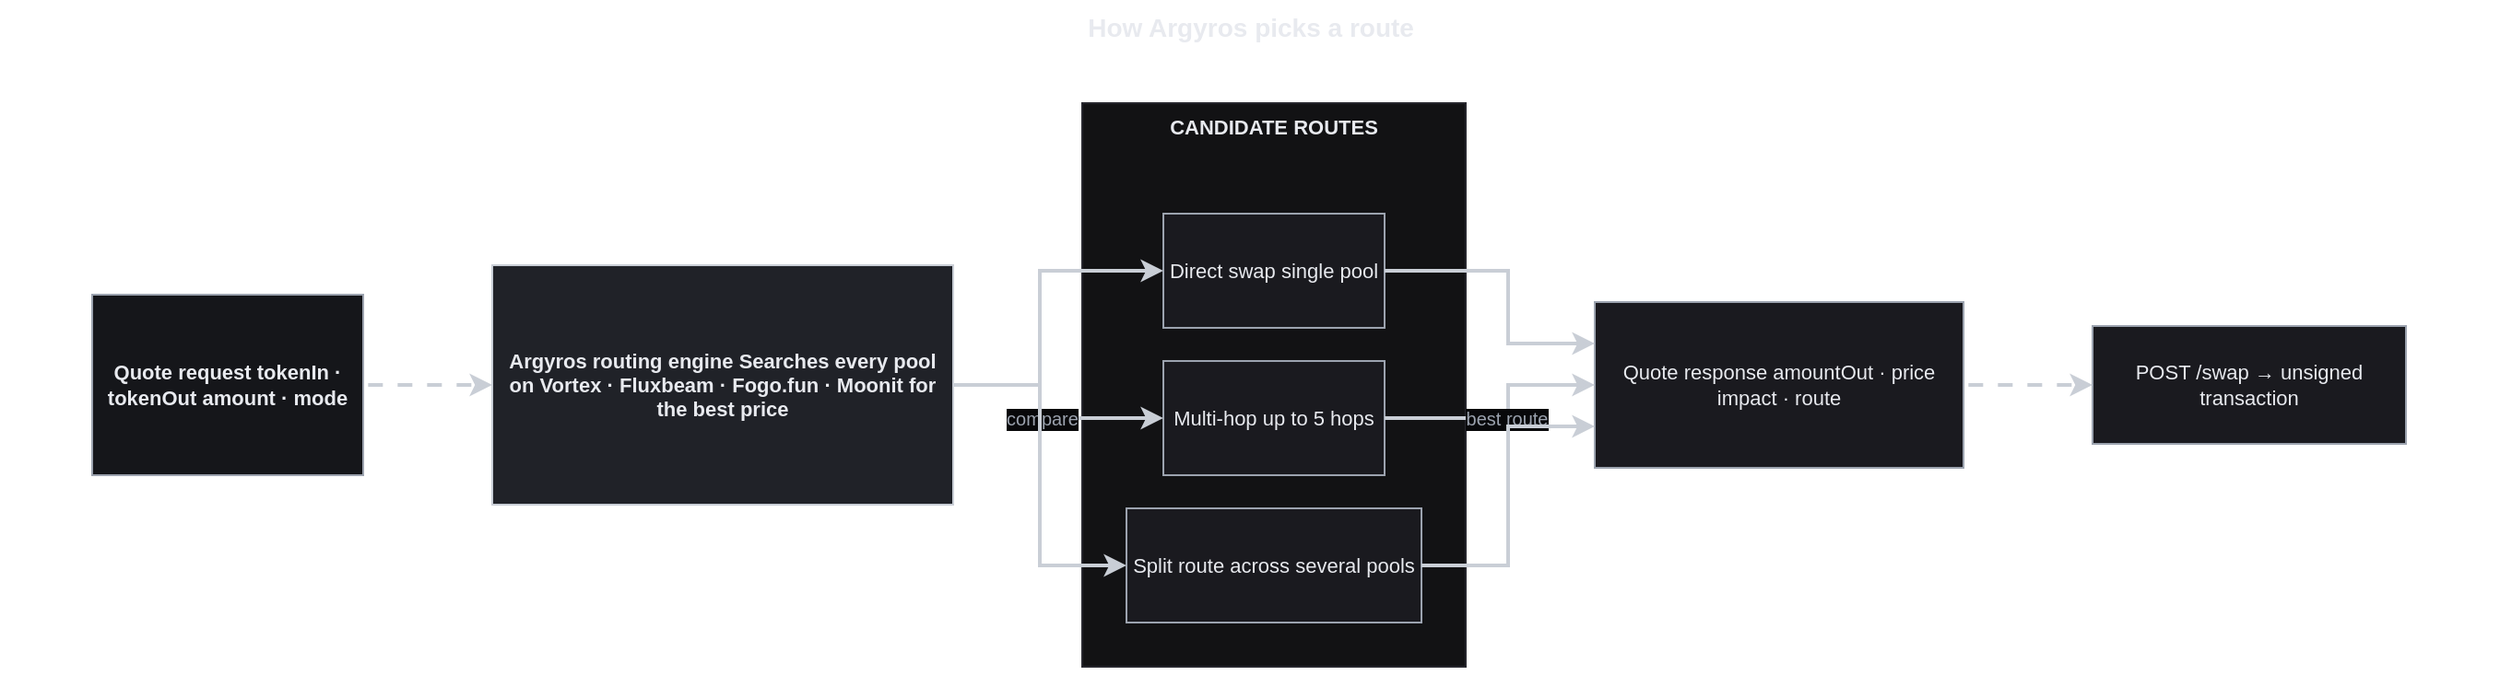
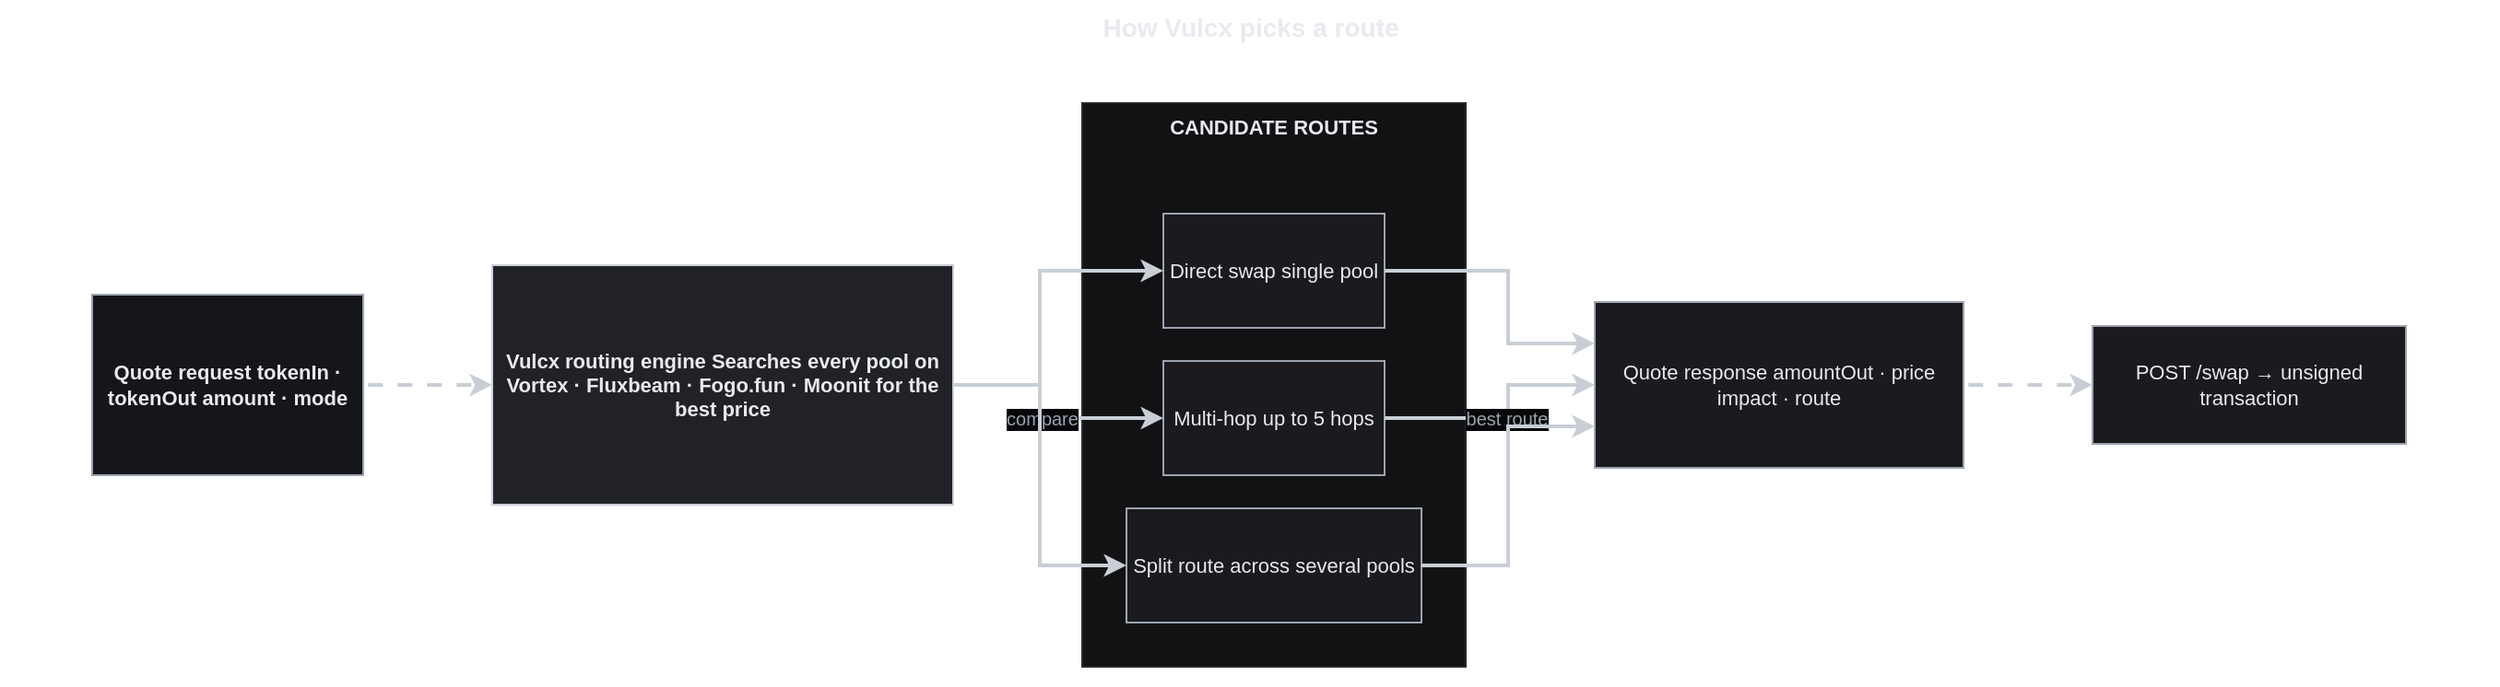
- <mxfile host="app.diagrams.net"><diagram name="Argyros routing" id="d"><mxGraphModel dx="1400" dy="900" grid="0" gridSize="10" guides="1" tooltips="1" connect="1" arrows="1" fold="1" page="1" pageScale="1" pageWidth="1355" pageHeight="446" math="0" shadow="0"><root><mxCell id="0"/><mxCell id="1" parent="0"/><mxCell id="root" value="" style="rounded=0;whiteSpace=wrap;html=1;fillColor=none;strokeColor=none;fontColor=#e8eaef;fontSize=11;fontStyle=1;verticalAlign=top;" vertex="1" parent="1"><mxGeometry x="40" y="70" width="1275" height="326" as="geometry"/></mxCell><mxCell id="req" value="Quote request
+ <mxfile host="app.diagrams.net"><diagram name="Vulcx routing" id="d"><mxGraphModel dx="1400" dy="900" grid="0" gridSize="10" guides="1" tooltips="1" connect="1" arrows="1" fold="1" page="1" pageScale="1" pageWidth="1355" pageHeight="446" math="0" shadow="0"><root><mxCell id="0"/><mxCell id="1" parent="0"/><mxCell id="root" value="" style="rounded=0;whiteSpace=wrap;html=1;fillColor=none;strokeColor=none;fontColor=#e8eaef;fontSize=11;fontStyle=1;verticalAlign=top;" vertex="1" parent="1"><mxGeometry x="40" y="70" width="1275" height="326" as="geometry"/></mxCell><mxCell id="req" value="Quote request

tokenIn · tokenOut
- amount · mode" style="rounded=0;whiteSpace=wrap;html=1;fillColor=#15161a;strokeColor=#9ca3af;fontColor=#e8eaef;fontSize=11;fontStyle=1;verticalAlign=middle;" vertex="1" parent="root"><mxGeometry x="10" y="114" width="147" height="98" as="geometry"/></mxCell><mxCell id="engine" value="Argyros routing engine
+ amount · mode" style="rounded=0;whiteSpace=wrap;html=1;fillColor=#15161a;strokeColor=#9ca3af;fontColor=#e8eaef;fontSize=11;fontStyle=1;verticalAlign=middle;" vertex="1" parent="root"><mxGeometry x="10" y="114" width="147" height="98" as="geometry"/></mxCell><mxCell id="engine" value="Vulcx routing engine

Searches every pool on
Vortex · Fluxbeam · Fogo.fun · Moonit
for the best price" style="rounded=0;whiteSpace=wrap;html=1;fillColor=#202228;strokeColor=#c9ced6;fontColor=#e8eaef;fontSize=11;fontStyle=1;verticalAlign=middle;" vertex="1" parent="root"><mxGeometry x="227" y="98" width="250" height="130" as="geometry"/></mxCell><mxCell id="routes" value="CANDIDATE ROUTES" style="rounded=0;whiteSpace=wrap;html=1;fillColor=#121214;strokeColor=#26262d;fontColor=#e8eaef;fontSize=11;fontStyle=1;verticalAlign=top;" vertex="1" parent="root"><mxGeometry x="547" y="10" width="208" height="306" as="geometry"/></mxCell><mxCell id="r_direct" value="Direct swap
single pool" style="rounded=0;whiteSpace=wrap;html=1;fillColor=#1a1a1f;strokeColor=#9ca3af;fontColor=#e8eaef;fontSize=11;fontStyle=0;verticalAlign=middle;" vertex="1" parent="routes"><mxGeometry x="44" y="60" width="120" height="62" as="geometry"/></mxCell><mxCell id="r_multi" value="Multi-hop
up to 5 hops" style="rounded=0;whiteSpace=wrap;html=1;fillColor=#1a1a1f;strokeColor=#9ca3af;fontColor=#e8eaef;fontSize=11;fontStyle=0;verticalAlign=middle;" vertex="1" parent="routes"><mxGeometry x="44" y="140" width="120" height="62" as="geometry"/></mxCell><mxCell id="r_split" value="Split route
across several pools" style="rounded=0;whiteSpace=wrap;html=1;fillColor=#1a1a1f;strokeColor=#9ca3af;fontColor=#e8eaef;fontSize=11;fontStyle=0;verticalAlign=middle;" vertex="1" parent="routes"><mxGeometry x="24" y="220" width="160" height="62" as="geometry"/></mxCell><mxCell id="resp" value="Quote response

amountOut · price impact · route" style="rounded=0;whiteSpace=wrap;html=1;fillColor=#1a1a1f;strokeColor=#9ca3af;fontColor=#e8eaef;fontSize=11;fontStyle=0;verticalAlign=middle;" vertex="1" parent="root"><mxGeometry x="825" y="118" width="200" height="90" as="geometry"/></mxCell><mxCell id="tx" value="POST /swap →
- unsigned transaction" style="rounded=0;whiteSpace=wrap;html=1;fillColor=#1a1a1f;strokeColor=#9ca3af;fontColor=#e8eaef;fontSize=11;fontStyle=0;verticalAlign=middle;" vertex="1" parent="root"><mxGeometry x="1095" y="131" width="170" height="64" as="geometry"/></mxCell><mxCell id="__title" value="How Argyros picks a route" style="text;html=1;align=center;fontStyle=1;fontSize=14;fontColor=#e8eaef;" vertex="1" parent="1"><mxGeometry x="0" y="24" width="1355" height="30" as="geometry"/></mxCell><mxCell id="ed1" value="" style="edgeStyle=orthogonalEdgeStyle;html=1;jettySize=auto;orthogonalLoop=1;fontSize=10;fontColor=#9ca3af;strokeColor=#c9ced6;strokeWidth=2;rounded=1;flowAnimation=1;exitX=1;exitY=0.500;exitDx=0;exitDy=0;entryX=0;entryY=0.500;entryDx=0;entryDy=0;" edge="1" parent="1" source="req" target="engine"><mxGeometry relative="1" as="geometry"></mxGeometry></mxCell><mxCell id="ed2" value="" style="edgeStyle=orthogonalEdgeStyle;html=1;jettySize=auto;orthogonalLoop=1;fontSize=10;fontColor=#9ca3af;strokeColor=#c9ced6;strokeWidth=2;rounded=0;exitX=1;exitY=0.5;exitDx=0;exitDy=0;entryX=0;entryY=0.5;entryDx=0;entryDy=0;" edge="1" parent="1" source="engine" target="r_direct"><mxGeometry relative="1" as="geometry"><Array as="points"><mxPoint x="564" y="233"/><mxPoint x="564" y="171"/></Array></mxGeometry></mxCell><mxCell id="ed3" value="compare" style="edgeStyle=orthogonalEdgeStyle;html=1;jettySize=auto;orthogonalLoop=1;fontSize=10;fontColor=#9ca3af;strokeColor=#c9ced6;strokeWidth=2;rounded=0;labelBackgroundColor=#08080a;exitX=1;exitY=0.5;exitDx=0;exitDy=0;entryX=0;entryY=0.5;entryDx=0;entryDy=0;" edge="1" parent="1" source="engine" target="r_multi"><mxGeometry relative="1" as="geometry"><Array as="points"><mxPoint x="564" y="233"/><mxPoint x="564" y="251"/></Array></mxGeometry></mxCell><mxCell id="ed4" value="" style="edgeStyle=orthogonalEdgeStyle;html=1;jettySize=auto;orthogonalLoop=1;fontSize=10;fontColor=#9ca3af;strokeColor=#c9ced6;strokeWidth=2;rounded=0;exitX=1;exitY=0.5;exitDx=0;exitDy=0;entryX=0;entryY=0.5;entryDx=0;entryDy=0;" edge="1" parent="1" source="engine" target="r_split"><mxGeometry relative="1" as="geometry"><Array as="points"><mxPoint x="564" y="233"/><mxPoint x="564" y="331"/></Array></mxGeometry></mxCell><mxCell id="ed5" value="" style="edgeStyle=orthogonalEdgeStyle;html=1;jettySize=auto;orthogonalLoop=1;fontSize=10;fontColor=#9ca3af;strokeColor=#c9ced6;strokeWidth=2;rounded=0;exitX=1;exitY=0.5;exitDx=0;exitDy=0;entryX=0;entryY=0.250;entryDx=0;entryDy=0;" edge="1" parent="1" source="r_direct" target="resp"><mxGeometry relative="1" as="geometry"><Array as="points"><mxPoint x="818" y="171"/><mxPoint x="818" y="211"/></Array></mxGeometry></mxCell><mxCell id="ed6" value="best route" style="edgeStyle=orthogonalEdgeStyle;html=1;jettySize=auto;orthogonalLoop=1;fontSize=10;fontColor=#9ca3af;strokeColor=#c9ced6;strokeWidth=2;rounded=0;labelBackgroundColor=#08080a;exitX=1;exitY=0.5;exitDx=0;exitDy=0;entryX=0;entryY=0.500;entryDx=0;entryDy=0;" edge="1" parent="1" source="r_multi" target="resp"><mxGeometry relative="1" as="geometry"><Array as="points"><mxPoint x="818" y="251"/><mxPoint x="818" y="233"/></Array></mxGeometry></mxCell><mxCell id="ed7" value="" style="edgeStyle=orthogonalEdgeStyle;html=1;jettySize=auto;orthogonalLoop=1;fontSize=10;fontColor=#9ca3af;strokeColor=#c9ced6;strokeWidth=2;rounded=0;exitX=1;exitY=0.5;exitDx=0;exitDy=0;entryX=0;entryY=0.750;entryDx=0;entryDy=0;" edge="1" parent="1" source="r_split" target="resp"><mxGeometry relative="1" as="geometry"><Array as="points"><mxPoint x="818" y="331"/><mxPoint x="818" y="256"/></Array></mxGeometry></mxCell><mxCell id="ed8" value="" style="edgeStyle=orthogonalEdgeStyle;html=1;jettySize=auto;orthogonalLoop=1;fontSize=10;fontColor=#9ca3af;strokeColor=#c9ced6;strokeWidth=2;rounded=1;flowAnimation=1;exitX=1;exitY=0.500;exitDx=0;exitDy=0;entryX=0;entryY=0.500;entryDx=0;entryDy=0;" edge="1" parent="1" source="resp" target="tx"><mxGeometry relative="1" as="geometry"></mxGeometry></mxCell></root></mxGraphModel></diagram></mxfile>+ unsigned transaction" style="rounded=0;whiteSpace=wrap;html=1;fillColor=#1a1a1f;strokeColor=#9ca3af;fontColor=#e8eaef;fontSize=11;fontStyle=0;verticalAlign=middle;" vertex="1" parent="root"><mxGeometry x="1095" y="131" width="170" height="64" as="geometry"/></mxCell><mxCell id="__title" value="How Vulcx picks a route" style="text;html=1;align=center;fontStyle=1;fontSize=14;fontColor=#e8eaef;" vertex="1" parent="1"><mxGeometry x="0" y="24" width="1355" height="30" as="geometry"/></mxCell><mxCell id="ed1" value="" style="edgeStyle=orthogonalEdgeStyle;html=1;jettySize=auto;orthogonalLoop=1;fontSize=10;fontColor=#9ca3af;strokeColor=#c9ced6;strokeWidth=2;rounded=1;flowAnimation=1;exitX=1;exitY=0.500;exitDx=0;exitDy=0;entryX=0;entryY=0.500;entryDx=0;entryDy=0;" edge="1" parent="1" source="req" target="engine"><mxGeometry relative="1" as="geometry"></mxGeometry></mxCell><mxCell id="ed2" value="" style="edgeStyle=orthogonalEdgeStyle;html=1;jettySize=auto;orthogonalLoop=1;fontSize=10;fontColor=#9ca3af;strokeColor=#c9ced6;strokeWidth=2;rounded=0;exitX=1;exitY=0.5;exitDx=0;exitDy=0;entryX=0;entryY=0.5;entryDx=0;entryDy=0;" edge="1" parent="1" source="engine" target="r_direct"><mxGeometry relative="1" as="geometry"><Array as="points"><mxPoint x="564" y="233"/><mxPoint x="564" y="171"/></Array></mxGeometry></mxCell><mxCell id="ed3" value="compare" style="edgeStyle=orthogonalEdgeStyle;html=1;jettySize=auto;orthogonalLoop=1;fontSize=10;fontColor=#9ca3af;strokeColor=#c9ced6;strokeWidth=2;rounded=0;labelBackgroundColor=#08080a;exitX=1;exitY=0.5;exitDx=0;exitDy=0;entryX=0;entryY=0.5;entryDx=0;entryDy=0;" edge="1" parent="1" source="engine" target="r_multi"><mxGeometry relative="1" as="geometry"><Array as="points"><mxPoint x="564" y="233"/><mxPoint x="564" y="251"/></Array></mxGeometry></mxCell><mxCell id="ed4" value="" style="edgeStyle=orthogonalEdgeStyle;html=1;jettySize=auto;orthogonalLoop=1;fontSize=10;fontColor=#9ca3af;strokeColor=#c9ced6;strokeWidth=2;rounded=0;exitX=1;exitY=0.5;exitDx=0;exitDy=0;entryX=0;entryY=0.5;entryDx=0;entryDy=0;" edge="1" parent="1" source="engine" target="r_split"><mxGeometry relative="1" as="geometry"><Array as="points"><mxPoint x="564" y="233"/><mxPoint x="564" y="331"/></Array></mxGeometry></mxCell><mxCell id="ed5" value="" style="edgeStyle=orthogonalEdgeStyle;html=1;jettySize=auto;orthogonalLoop=1;fontSize=10;fontColor=#9ca3af;strokeColor=#c9ced6;strokeWidth=2;rounded=0;exitX=1;exitY=0.5;exitDx=0;exitDy=0;entryX=0;entryY=0.250;entryDx=0;entryDy=0;" edge="1" parent="1" source="r_direct" target="resp"><mxGeometry relative="1" as="geometry"><Array as="points"><mxPoint x="818" y="171"/><mxPoint x="818" y="211"/></Array></mxGeometry></mxCell><mxCell id="ed6" value="best route" style="edgeStyle=orthogonalEdgeStyle;html=1;jettySize=auto;orthogonalLoop=1;fontSize=10;fontColor=#9ca3af;strokeColor=#c9ced6;strokeWidth=2;rounded=0;labelBackgroundColor=#08080a;exitX=1;exitY=0.5;exitDx=0;exitDy=0;entryX=0;entryY=0.500;entryDx=0;entryDy=0;" edge="1" parent="1" source="r_multi" target="resp"><mxGeometry relative="1" as="geometry"><Array as="points"><mxPoint x="818" y="251"/><mxPoint x="818" y="233"/></Array></mxGeometry></mxCell><mxCell id="ed7" value="" style="edgeStyle=orthogonalEdgeStyle;html=1;jettySize=auto;orthogonalLoop=1;fontSize=10;fontColor=#9ca3af;strokeColor=#c9ced6;strokeWidth=2;rounded=0;exitX=1;exitY=0.5;exitDx=0;exitDy=0;entryX=0;entryY=0.750;entryDx=0;entryDy=0;" edge="1" parent="1" source="r_split" target="resp"><mxGeometry relative="1" as="geometry"><Array as="points"><mxPoint x="818" y="331"/><mxPoint x="818" y="256"/></Array></mxGeometry></mxCell><mxCell id="ed8" value="" style="edgeStyle=orthogonalEdgeStyle;html=1;jettySize=auto;orthogonalLoop=1;fontSize=10;fontColor=#9ca3af;strokeColor=#c9ced6;strokeWidth=2;rounded=1;flowAnimation=1;exitX=1;exitY=0.500;exitDx=0;exitDy=0;entryX=0;entryY=0.500;entryDx=0;entryDy=0;" edge="1" parent="1" source="resp" target="tx"><mxGeometry relative="1" as="geometry"></mxGeometry></mxCell></root></mxGraphModel></diagram></mxfile>